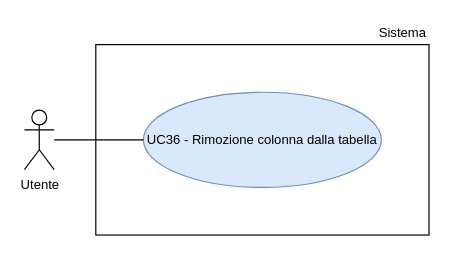
The draw.io diagram RTB/doc_esterna/analisi-dei-requisiti/assets/draw.io/UC36.drawio in thebitless-group-swe/thebitless.github.io, before the edit. Source tidied: cells renumbered, new cells numbered last; positions are measured from the earlier drawing's top-left corner, leaving out a move shared by most shapes. Both pictures are drawn from the tidied source at 119%, with x=0, y=0 at pixel (24, 20).
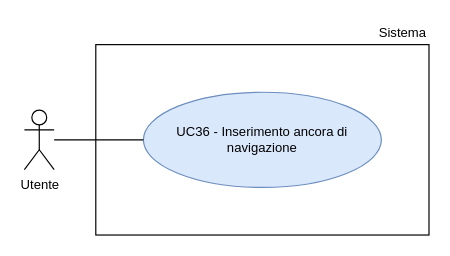
The same diagram, later.

The edit, as a diff of the source:
```diff
@@
 <mxGraphModel>
   <root>
     <mxCell id="0" />
     <mxCell id="1" parent="0" />
     <mxCell id="2" value="Utente" style="shape=umlActor;verticalLabelPosition=bottom;verticalAlign=top;html=1;outlineConnect=0;fontSize=11;" parent="1" vertex="1">
       <mxGeometry y="75" width="25" height="50" as="geometry" />
     </mxCell>
     <mxCell id="3" style="rounded=0;whiteSpace=wrap;html=1;strokeWidth=1;" parent="1" vertex="1">
       <mxGeometry x="60" y="20" width="280" height="160" as="geometry" />
     </mxCell>
     <mxCell id="4" value="Sistema" style="text;html=1;whiteSpace=wrap;strokeColor=none;fillColor=none;align=right;verticalAlign=middle;fontSize=11;" parent="1" vertex="1">
       <mxGeometry x="270" width="70" height="20" as="geometry" />
     </mxCell>
-    <mxCell id="5" value="UC36 - Rimozione colonna dalla tabella" style="ellipse;whiteSpace=wrap;html=1;fillColor=#dae8fc;strokeColor=#6c8ebf;fontSize=11;" parent="1" vertex="1">
+    <mxCell id="5" value="UC36 - Inserimento ancora di navigazione" style="ellipse;whiteSpace=wrap;html=1;fillColor=#dae8fc;strokeColor=#6c8ebf;fontSize=11;" parent="1" vertex="1">
       <mxGeometry x="100" y="60" width="200" height="80" as="geometry" />
     </mxCell>
     <mxCell id="6" style="edgeStyle=none;rounded=0;jettySize=auto;html=1;endArrow=none;endFill=0;" parent="1" edge="1" source="2" target="5">
       <mxGeometry relative="1" as="geometry" />
     </mxCell>
   </root>
 </mxGraphModel>
```
